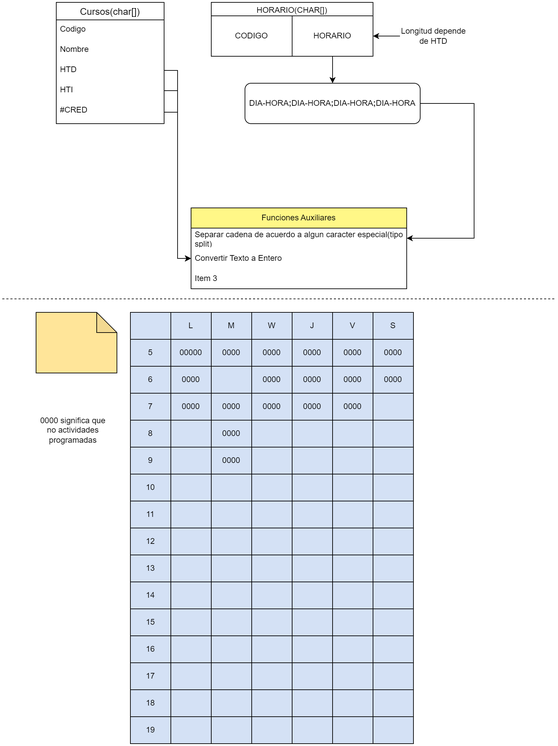
This is Analisis_InfoII-P1.drawio.png from santiagov01/Parcial_1-Informatica_II, a draw.io export, as it was before one commit. Source tidied: cells renumbered, new cells last; positions are measured from the earlier drawing's top-left corner, leaving out a move shared by most shapes.
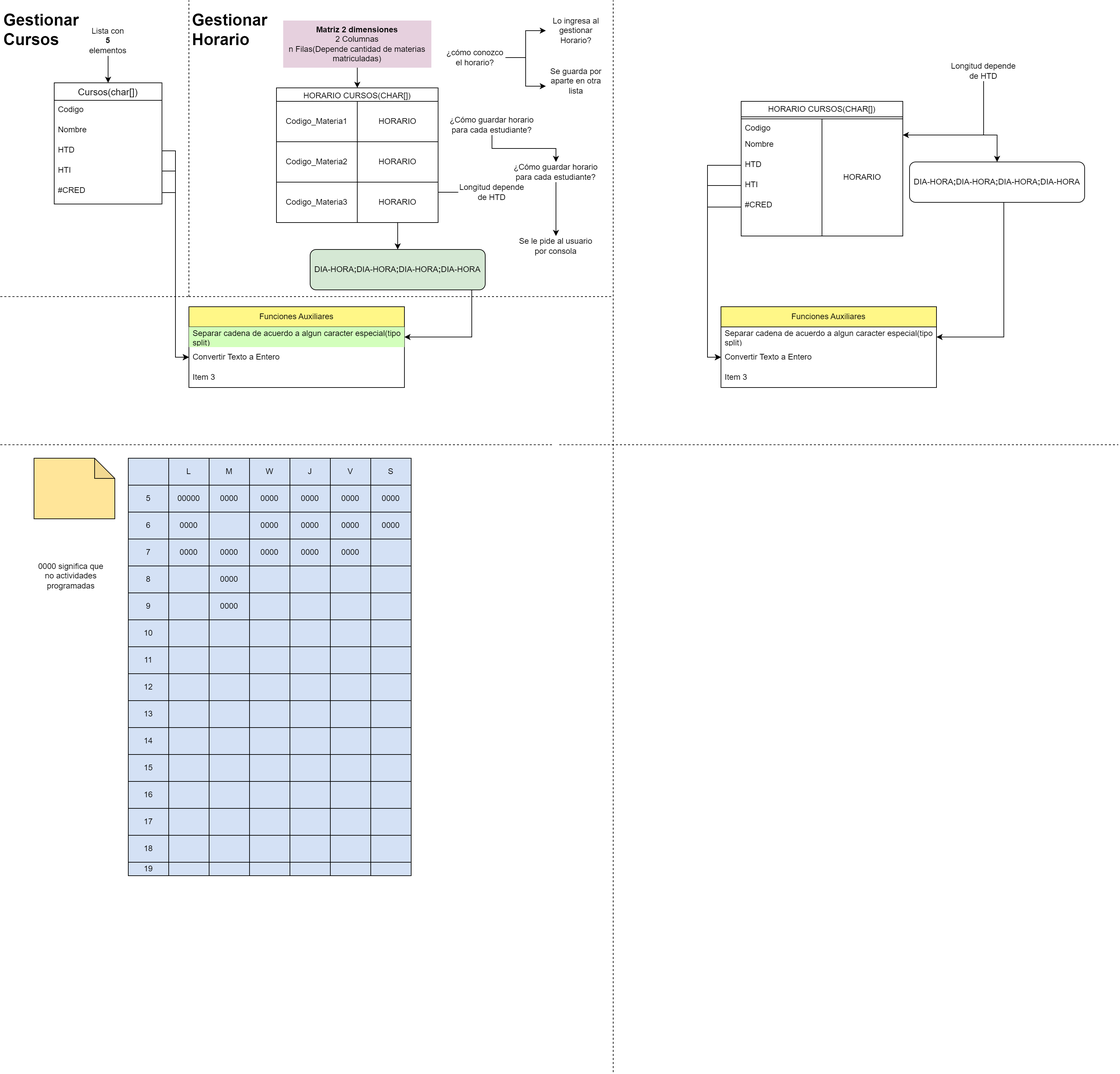
After the change.

Commit message:
Mejora en organización. Adicion de preguntas

What changed in the source:
```diff
@@ -3,7 +3,7 @@
     <mxCell id="0" />
     <mxCell id="1" parent="0" />
     <mxCell id="2" value="Cursos(char[])" style="swimlane;fontStyle=0;horizontal=1;startSize=26;align=center;fontSize=14;" parent="1" vertex="1">
-      <mxGeometry x="80" width="160" height="180" as="geometry" />
+      <mxGeometry x="80" y="-97.5" width="160" height="180" as="geometry" />
     </mxCell>
     <mxCell id="3" value="Codigo" style="text;strokeColor=none;fillColor=none;spacingLeft=4;spacingRight=4;overflow=hidden;fontSize=12;" parent="2" vertex="1">
       <mxGeometry y="26" width="160" height="30" as="geometry" />
@@ -20,30 +20,30 @@
     <mxCell id="7" value="#CRED" style="text;strokeColor=none;fillColor=none;spacingLeft=4;spacingRight=4;overflow=hidden;points=[[0,0.5],[1,0.5]];portConstraint=eastwest;fontSize=12;" parent="2" vertex="1">
       <mxGeometry y="146" width="160" height="34" as="geometry" />
     </mxCell>
-    <mxCell id="8" value="&lt;span style=&quot;font-weight: 400;&quot;&gt;HORARIO(CHAR[])&lt;/span&gt;" style="swimlane;whiteSpace=wrap;html=1;" parent="1" vertex="1">
-      <mxGeometry x="310" width="240" height="80" as="geometry" />
+    <mxCell id="8" value="&lt;span style=&quot;font-weight: 400;&quot;&gt;HORARIO CURSOS(CHAR[])&lt;/span&gt;" style="swimlane;whiteSpace=wrap;html=1;" parent="1" vertex="1">
+      <mxGeometry x="410" y="-90" width="240" height="80" as="geometry" />
     </mxCell>
-    <mxCell id="9" value="CODIGO" style="rounded=0;whiteSpace=wrap;html=1;" parent="8" vertex="1">
+    <mxCell id="9" value="Codigo_Materia1" style="rounded=0;whiteSpace=wrap;html=1;" parent="8" vertex="1">
       <mxGeometry y="20" width="120" height="60" as="geometry" />
     </mxCell>
     <mxCell id="10" value="HORARIO" style="rounded=0;whiteSpace=wrap;html=1;" parent="8" vertex="1">
       <mxGeometry x="120" y="20" width="120" height="60" as="geometry" />
     </mxCell>
-    <mxCell id="11" style="edgeStyle=orthogonalEdgeStyle;rounded=0;jettySize=auto;html=1;entryX=1;entryY=0.5;entryDx=0;entryDy=0;" parent="1" edge="1" source="12" target="14">
+    <mxCell id="11" style="edgeStyle=orthogonalEdgeStyle;rounded=0;jettySize=auto;html=1;entryX=1;entryY=0.5;entryDx=0;entryDy=0;exitX=1;exitY=0.5;exitDx=0;exitDy=0;" parent="1" edge="1" source="12" target="14">
       <mxGeometry relative="1" as="geometry">
         <Array as="points">
-          <mxPoint x="700" y="150" />
-          <mxPoint x="700" y="350" />
+          <mxPoint x="700" y="180" />
+          <mxPoint x="700" y="280" />
         </Array>
       </mxGeometry>
     </mxCell>
-    <mxCell id="12" value="DIA-HORA&lt;b&gt;;&lt;/b&gt;DIA-HORA&lt;b&gt;;&lt;/b&gt;DIA-HORA&lt;b&gt;;&lt;/b&gt;DIA-HORA" style="rounded=1;whiteSpace=wrap;html=1;" parent="1" vertex="1">
-      <mxGeometry x="360" y="120" width="260" height="60" as="geometry" />
+    <mxCell id="12" value="DIA-HORA&lt;b&gt;;&lt;/b&gt;DIA-HORA&lt;b&gt;;&lt;/b&gt;DIA-HORA&lt;b&gt;;&lt;/b&gt;DIA-HORA" style="rounded=1;whiteSpace=wrap;html=1;fillColor=#D5E8D4;" parent="1" vertex="1">
+      <mxGeometry x="460" y="150" width="260" height="60" as="geometry" />
     </mxCell>
     <mxCell id="13" value="Funciones Auxiliares" style="swimlane;fontStyle=0;horizontal=1;startSize=30;whiteSpace=wrap;html=1;fillColor=#FFF787;" parent="1" vertex="1">
-      <mxGeometry x="280" y="305" width="320" height="120" as="geometry" />
+      <mxGeometry x="280" y="235" width="320" height="120" as="geometry" />
     </mxCell>
-    <mxCell id="14" value="Separar cadena de acuerdo a algun caracter especial(tipo split)" style="text;strokeColor=none;fillColor=none;align=left;verticalAlign=middle;spacingLeft=4;spacingRight=4;overflow=hidden;points=[[0,0.5],[1,0.5]];portConstraint=eastwest;whiteSpace=wrap;html=1;" parent="13" vertex="1">
+    <mxCell id="14" value="Separar cadena de acuerdo a algun caracter especial(tipo split)" style="text;strokeColor=none;fillColor=#D3FFBC;align=left;verticalAlign=middle;spacingLeft=4;spacingRight=4;overflow=hidden;points=[[0,0.5],[1,0.5]];portConstraint=eastwest;whiteSpace=wrap;html=1;" parent="13" vertex="1">
       <mxGeometry y="30" width="320" height="30" as="geometry" />
     </mxCell>
     <mxCell id="15" value="Convertir Texto a Entero" style="text;strokeColor=none;fillColor=none;align=left;verticalAlign=middle;spacingLeft=4;spacingRight=4;overflow=hidden;points=[[0,0.5],[1,0.5]];portConstraint=eastwest;whiteSpace=wrap;html=1;" parent="13" vertex="1">
@@ -52,8 +52,10 @@
     <mxCell id="16" value="Item 3" style="text;strokeColor=none;fillColor=none;align=left;verticalAlign=middle;spacingLeft=4;spacingRight=4;overflow=hidden;whiteSpace=wrap;html=1;" parent="13" vertex="1">
       <mxGeometry y="90" width="320" height="30" as="geometry" />
     </mxCell>
-    <mxCell id="17" style="edgeStyle=orthogonalEdgeStyle;rounded=0;jettySize=auto;html=1;entryX=0.5;entryY=0;entryDx=0;entryDy=0;" parent="1" edge="1" source="10" target="12">
-      <mxGeometry relative="1" as="geometry" />
+    <mxCell id="17" style="edgeStyle=orthogonalEdgeStyle;rounded=0;jettySize=auto;html=1;entryX=0.5;entryY=0;entryDx=0;entryDy=0;" parent="1" edge="1" target="12">
+      <mxGeometry relative="1" as="geometry">
+        <mxPoint x="590" y="100" as="sourcePoint" />
+      </mxGeometry>
     </mxCell>
     <mxCell id="18" style="edgeStyle=orthogonalEdgeStyle;rounded=0;jettySize=auto;html=1;entryX=0;entryY=0.5;entryDx=0;entryDy=0;" parent="1" edge="1" source="6" target="15">
       <mxGeometry relative="1" as="geometry" />
@@ -68,10 +70,10 @@
       <mxGeometry relative="1" as="geometry" />
     </mxCell>
     <mxCell id="22" value="Longitud depende de HTD" style="text;html=1;strokeColor=none;fillColor=none;align=center;verticalAlign=middle;whiteSpace=wrap;rounded=0;" parent="1" vertex="1">
-      <mxGeometry x="590" y="35" width="100" height="30" as="geometry" />
+      <mxGeometry x="680" y="50" width="100" height="30" as="geometry" />
     </mxCell>
     <mxCell id="23" style="shape=table;startSize=0;fillColor=#D4E1F5;" parent="1" vertex="1">
-      <mxGeometry x="190" y="460" width="420" height="640" as="geometry" />
+      <mxGeometry x="190" y="460" width="420" height="620" as="geometry" />
     </mxCell>
     <mxCell id="24" style="shape=tableRow;horizontal=0;startSize=0;swimlaneHead=0;swimlaneBody=0;top=0;left=0;bottom=0;right=0;fillColor=none;" parent="23" vertex="1">
       <mxGeometry width="420" height="40" as="geometry" />
@@ -434,28 +436,28 @@
       <mxGeometry x="360" width="60" height="40" as="geometry" />
     </mxCell>
     <mxCell id="144" style="shape=tableRow;horizontal=0;startSize=0;swimlaneHead=0;swimlaneBody=0;top=0;left=0;bottom=0;right=0;fillColor=none;" parent="23" vertex="1">
-      <mxGeometry y="600" width="420" height="40" as="geometry" />
+      <mxGeometry y="600" width="420" height="20" as="geometry" />
     </mxCell>
     <mxCell id="145" value="19" style="shape=partialRectangle;html=1;whiteSpace=wrap;overflow=hidden;fillColor=none;top=0;left=0;bottom=0;right=0;" parent="144" vertex="1">
-      <mxGeometry width="60" height="40" as="geometry" />
+      <mxGeometry width="60" height="20" as="geometry" />
     </mxCell>
     <mxCell id="146" style="shape=partialRectangle;html=1;whiteSpace=wrap;overflow=hidden;fillColor=none;top=0;left=0;bottom=0;right=0;" parent="144" vertex="1">
-      <mxGeometry x="60" width="60" height="40" as="geometry" />
+      <mxGeometry x="60" width="60" height="20" as="geometry" />
     </mxCell>
     <mxCell id="147" style="shape=partialRectangle;html=1;whiteSpace=wrap;overflow=hidden;fillColor=none;top=0;left=0;bottom=0;right=0;" parent="144" vertex="1">
-      <mxGeometry x="120" width="60" height="40" as="geometry" />
+      <mxGeometry x="120" width="60" height="20" as="geometry" />
     </mxCell>
     <mxCell id="148" style="shape=partialRectangle;html=1;whiteSpace=wrap;overflow=hidden;fillColor=none;top=0;left=0;bottom=0;right=0;" parent="144" vertex="1">
-      <mxGeometry x="180" width="60" height="40" as="geometry" />
+      <mxGeometry x="180" width="60" height="20" as="geometry" />
     </mxCell>
     <mxCell id="149" style="shape=partialRectangle;html=1;whiteSpace=wrap;overflow=hidden;fillColor=none;top=0;left=0;bottom=0;right=0;" parent="144" vertex="1">
-      <mxGeometry x="240" width="60" height="40" as="geometry" />
+      <mxGeometry x="240" width="60" height="20" as="geometry" />
     </mxCell>
     <mxCell id="150" style="shape=partialRectangle;html=1;whiteSpace=wrap;overflow=hidden;fillColor=none;top=0;left=0;bottom=0;right=0;" parent="144" vertex="1">
-      <mxGeometry x="300" width="60" height="40" as="geometry" />
+      <mxGeometry x="300" width="60" height="20" as="geometry" />
     </mxCell>
     <mxCell id="151" style="shape=partialRectangle;html=1;whiteSpace=wrap;overflow=hidden;fillColor=none;top=0;left=0;bottom=0;right=0;" parent="144" vertex="1">
-      <mxGeometry x="360" width="60" height="40" as="geometry" />
+      <mxGeometry x="360" width="60" height="20" as="geometry" />
     </mxCell>
     <mxCell id="152" style="shape=note;whiteSpace=wrap;html=1;backgroundOutline=1;darkOpacity=0.05;fillColor=#FFE599;" parent="1" vertex="1">
       <mxGeometry x="50" y="460" width="120" height="90" as="geometry" />
@@ -469,5 +471,182 @@
         <mxPoint x="820" y="440" as="targetPoint" />
       </mxGeometry>
     </mxCell>
+    <mxCell id="155" value="&lt;span style=&quot;font-weight: 400;&quot;&gt;HORARIO CURSOS(CHAR[])&lt;/span&gt;" style="swimlane;whiteSpace=wrap;html=1;" parent="1" vertex="1">
+      <mxGeometry x="1100" y="-70" width="240" height="200" as="geometry" />
+    </mxCell>
+    <mxCell id="156" value="HORARIO" style="rounded=0;whiteSpace=wrap;html=1;" parent="155" vertex="1">
+      <mxGeometry x="120" y="26" width="120" height="174" as="geometry" />
+    </mxCell>
+    <mxCell id="157" style="rounded=0;whiteSpace=wrap;html=1;" parent="155" vertex="1">
+      <mxGeometry y="26" width="120" height="174" as="geometry" />
+    </mxCell>
+    <mxCell id="158" value="Codigo" style="text;strokeColor=none;fillColor=none;spacingLeft=4;spacingRight=4;overflow=hidden;fontSize=12;" parent="155" vertex="1">
+      <mxGeometry y="26" width="160" height="30" as="geometry" />
+    </mxCell>
+    <mxCell id="159" value="Nombre" style="text;strokeColor=none;fillColor=none;spacingLeft=4;spacingRight=4;overflow=hidden;fontSize=12;" parent="155" vertex="1">
+      <mxGeometry y="50" width="160" height="30" as="geometry" />
+    </mxCell>
+    <mxCell id="160" value="HTD&#10;" style="text;strokeColor=none;fillColor=none;spacingLeft=4;spacingRight=4;overflow=hidden;points=[[0,0.5],[1,0.5]];portConstraint=eastwest;fontSize=12;" parent="155" vertex="1">
+      <mxGeometry y="80" width="160" height="30" as="geometry" />
+    </mxCell>
+    <mxCell id="161" value="HTI" style="text;strokeColor=none;fillColor=none;spacingLeft=4;spacingRight=4;overflow=hidden;points=[[0,0.5],[1,0.5]];portConstraint=eastwest;fontSize=12;" parent="155" vertex="1">
+      <mxGeometry y="110" width="160" height="30" as="geometry" />
+    </mxCell>
+    <mxCell id="162" value="#CRED" style="text;strokeColor=none;fillColor=none;spacingLeft=4;spacingRight=4;overflow=hidden;points=[[0,0.5],[1,0.5]];portConstraint=eastwest;fontSize=12;" parent="155" vertex="1">
+      <mxGeometry y="140" width="160" height="34" as="geometry" />
+    </mxCell>
+    <mxCell id="163" style="edgeStyle=orthogonalEdgeStyle;rounded=0;jettySize=auto;html=1;entryX=1;entryY=0.5;entryDx=0;entryDy=0;" parent="1" edge="1" source="164" target="166">
+      <mxGeometry relative="1" as="geometry">
+        <Array as="points">
+          <mxPoint x="1490" y="80" />
+          <mxPoint x="1490" y="280" />
+        </Array>
+      </mxGeometry>
+    </mxCell>
+    <mxCell id="164" value="DIA-HORA&lt;b&gt;;&lt;/b&gt;DIA-HORA&lt;b&gt;;&lt;/b&gt;DIA-HORA&lt;b&gt;;&lt;/b&gt;DIA-HORA" style="rounded=1;whiteSpace=wrap;html=1;" parent="1" vertex="1">
+      <mxGeometry x="1350" y="20" width="260" height="60" as="geometry" />
+    </mxCell>
+    <mxCell id="165" value="Funciones Auxiliares" style="swimlane;fontStyle=0;horizontal=1;startSize=30;whiteSpace=wrap;html=1;fillColor=#FFF787;" parent="1" vertex="1">
+      <mxGeometry x="1070" y="235" width="320" height="120" as="geometry" />
+    </mxCell>
+    <mxCell id="166" value="Separar cadena de acuerdo a algun caracter especial(tipo split)" style="text;strokeColor=none;fillColor=none;align=left;verticalAlign=middle;spacingLeft=4;spacingRight=4;overflow=hidden;points=[[0,0.5],[1,0.5]];portConstraint=eastwest;whiteSpace=wrap;html=1;" parent="165" vertex="1">
+      <mxGeometry y="30" width="320" height="30" as="geometry" />
+    </mxCell>
+    <mxCell id="167" value="Convertir Texto a Entero" style="text;strokeColor=none;fillColor=none;align=left;verticalAlign=middle;spacingLeft=4;spacingRight=4;overflow=hidden;points=[[0,0.5],[1,0.5]];portConstraint=eastwest;whiteSpace=wrap;html=1;" parent="165" vertex="1">
+      <mxGeometry y="60" width="320" height="30" as="geometry" />
+    </mxCell>
+    <mxCell id="168" value="Item 3" style="text;strokeColor=none;fillColor=none;align=left;verticalAlign=middle;spacingLeft=4;spacingRight=4;overflow=hidden;whiteSpace=wrap;html=1;" parent="165" vertex="1">
+      <mxGeometry y="90" width="320" height="30" as="geometry" />
+    </mxCell>
+    <mxCell id="169" style="edgeStyle=orthogonalEdgeStyle;rounded=0;jettySize=auto;html=1;entryX=0.5;entryY=0;entryDx=0;entryDy=0;" parent="1" edge="1" target="164">
+      <mxGeometry relative="1" as="geometry">
+        <mxPoint x="1340" y="-20" as="sourcePoint" />
+      </mxGeometry>
+    </mxCell>
+    <mxCell id="170" style="edgeStyle=orthogonalEdgeStyle;rounded=0;jettySize=auto;html=1;entryX=0;entryY=0.5;entryDx=0;entryDy=0;" parent="1" edge="1" source="161" target="167">
+      <mxGeometry relative="1" as="geometry">
+        <Array as="points">
+          <mxPoint x="1050" y="55" />
+          <mxPoint x="1050" y="310" />
+        </Array>
+      </mxGeometry>
+    </mxCell>
+    <mxCell id="171" style="edgeStyle=orthogonalEdgeStyle;rounded=0;jettySize=auto;html=1;entryX=0;entryY=0.5;entryDx=0;entryDy=0;" parent="1" edge="1" source="162" target="167">
+      <mxGeometry relative="1" as="geometry">
+        <Array as="points">
+          <mxPoint x="1050" y="87" />
+          <mxPoint x="1050" y="310" />
+        </Array>
+      </mxGeometry>
+    </mxCell>
+    <mxCell id="172" style="edgeStyle=orthogonalEdgeStyle;rounded=0;jettySize=auto;html=1;entryX=0;entryY=0.5;entryDx=0;entryDy=0;" parent="1" edge="1" source="160" target="167">
+      <mxGeometry relative="1" as="geometry">
+        <Array as="points">
+          <mxPoint x="1050" y="25" />
+          <mxPoint x="1050" y="310" />
+        </Array>
+      </mxGeometry>
+    </mxCell>
+    <mxCell id="173" style="edgeStyle=orthogonalEdgeStyle;rounded=0;jettySize=auto;html=1;exitX=0.5;exitY=1;exitDx=0;exitDy=0;" parent="1" edge="1" source="174">
+      <mxGeometry relative="1" as="geometry">
+        <mxPoint x="1340" y="-20" as="targetPoint" />
+        <Array as="points">
+          <mxPoint x="1460" y="-20" />
+        </Array>
+      </mxGeometry>
+    </mxCell>
+    <mxCell id="174" value="Longitud depende de HTD" style="text;html=1;strokeColor=none;fillColor=none;align=center;verticalAlign=middle;whiteSpace=wrap;rounded=0;" parent="1" vertex="1">
+      <mxGeometry x="1410" y="-130" width="100" height="30" as="geometry" />
+    </mxCell>
+    <mxCell id="175" style="endArrow=none;dashed=1;html=1;rounded=0;" parent="1" edge="1">
+      <mxGeometry relative="1" as="geometry">
+        <mxPoint x="830" y="440" as="sourcePoint" />
+        <mxPoint x="1660" y="440" as="targetPoint" />
+      </mxGeometry>
+    </mxCell>
+    <mxCell id="176" style="endArrow=none;dashed=1;html=1;rounded=0;" parent="1" edge="1">
+      <mxGeometry relative="1" as="geometry">
+        <mxPoint x="910" y="1371.7" as="sourcePoint" />
+        <mxPoint x="910" y="-220" as="targetPoint" />
+      </mxGeometry>
+    </mxCell>
+    <mxCell id="177" style="edgeStyle=orthogonalEdgeStyle;rounded=0;jettySize=auto;html=1;" parent="1" edge="1" source="178" target="2">
+      <mxGeometry relative="1" as="geometry" />
+    </mxCell>
+    <mxCell id="178" value="Lista con &lt;b&gt;5&lt;/b&gt; elementos" style="text;html=1;strokeColor=none;fillColor=none;align=center;verticalAlign=middle;whiteSpace=wrap;rounded=0;" parent="1" vertex="1">
+      <mxGeometry x="130" y="-182.5" width="60" height="45" as="geometry" />
+    </mxCell>
+    <mxCell id="179" style="edgeStyle=orthogonalEdgeStyle;rounded=0;jettySize=auto;html=1;entryX=0;entryY=0.5;entryDx=0;entryDy=0;" parent="1" edge="1" source="181" target="182">
+      <mxGeometry relative="1" as="geometry" />
+    </mxCell>
+    <mxCell id="180" style="edgeStyle=orthogonalEdgeStyle;rounded=0;jettySize=auto;html=1;entryX=0;entryY=0.75;entryDx=0;entryDy=0;" parent="1" edge="1" source="181" target="183">
+      <mxGeometry relative="1" as="geometry" />
+    </mxCell>
+    <mxCell id="181" value="¿cómo conozco el horario?" style="text;html=1;strokeColor=none;fillColor=none;align=center;verticalAlign=middle;whiteSpace=wrap;rounded=0;" parent="1" vertex="1">
+      <mxGeometry x="660" y="-150" width="90" height="30" as="geometry" />
+    </mxCell>
+    <mxCell id="182" value="Lo ingresa al gestionar Horario?" style="text;html=1;strokeColor=none;fillColor=none;align=center;verticalAlign=middle;whiteSpace=wrap;rounded=0;" parent="1" vertex="1">
+      <mxGeometry x="810" y="-190" width="90" height="30" as="geometry" />
+    </mxCell>
+    <mxCell id="183" value="Se guarda por aparte en otra lista" style="text;html=1;strokeColor=none;fillColor=none;align=center;verticalAlign=middle;whiteSpace=wrap;rounded=0;" parent="1" vertex="1">
+      <mxGeometry x="810" y="-115" width="90" height="30" as="geometry" />
+    </mxCell>
+    <mxCell id="184" style="edgeStyle=orthogonalEdgeStyle;rounded=0;jettySize=auto;html=1;entryX=0.5;entryY=0;entryDx=0;entryDy=0;" parent="1" edge="1" source="185" target="8">
+      <mxGeometry relative="1" as="geometry" />
+    </mxCell>
+    <mxCell id="185" value="&lt;div style=&quot;&quot;&gt;&lt;span style=&quot;background-color: initial;&quot;&gt;&lt;b&gt;Matriz 2 dimensiones&lt;/b&gt;&lt;/span&gt;&lt;/div&gt;&lt;div style=&quot;&quot;&gt;&lt;span style=&quot;background-color: initial;&quot;&gt;2 Columnas&lt;/span&gt;&lt;/div&gt;&lt;div style=&quot;&quot;&gt;&lt;span style=&quot;background-color: initial;&quot;&gt;n Filas(Depende cantidad de materias matriculadas)&lt;/span&gt;&lt;/div&gt;" style="text;html=1;strokeColor=none;fillColor=#E6D0DE;align=center;verticalAlign=middle;whiteSpace=wrap;rounded=0;" parent="1" vertex="1">
+      <mxGeometry x="420" y="-190" width="220" height="70" as="geometry" />
+    </mxCell>
+    <mxCell id="186" value="Codigo_Materia2" style="rounded=0;whiteSpace=wrap;html=1;" parent="1" vertex="1">
+      <mxGeometry x="410" y="-10" width="120" height="60" as="geometry" />
+    </mxCell>
+    <mxCell id="187" value="HORARIO" style="rounded=0;whiteSpace=wrap;html=1;" parent="1" vertex="1">
+      <mxGeometry x="530" y="-10" width="120" height="60" as="geometry" />
+    </mxCell>
+    <mxCell id="188" value="Codigo_Materia3" style="rounded=0;whiteSpace=wrap;html=1;" parent="1" vertex="1">
+      <mxGeometry x="410" y="50" width="120" height="60" as="geometry" />
+    </mxCell>
+    <mxCell id="189" value="HORARIO" style="rounded=0;whiteSpace=wrap;html=1;" parent="1" vertex="1">
+      <mxGeometry x="530" y="50" width="120" height="60" as="geometry" />
+    </mxCell>
+    <mxCell id="190" style="endArrow=none;dashed=1;html=1;rounded=0;" parent="1" edge="1">
+      <mxGeometry relative="1" as="geometry">
+        <mxPoint x="280" y="220" as="sourcePoint" />
+        <mxPoint x="280" y="-220" as="targetPoint" />
+      </mxGeometry>
+    </mxCell>
+    <mxCell id="191" style="endArrow=none;dashed=1;html=1;rounded=0;" parent="1" edge="1">
+      <mxGeometry relative="1" as="geometry">
+        <mxPoint x="280" y="220" as="sourcePoint" />
+        <mxPoint x="910" y="220" as="targetPoint" />
+      </mxGeometry>
+    </mxCell>
+    <mxCell id="192" style="endArrow=none;dashed=1;html=1;rounded=0;" parent="1" edge="1">
+      <mxGeometry relative="1" as="geometry">
+        <mxPoint y="220" as="sourcePoint" />
+        <mxPoint x="280" y="220" as="targetPoint" />
+      </mxGeometry>
+    </mxCell>
+    <mxCell id="193" value="&lt;h1&gt;Gestionar Cursos&lt;/h1&gt;" style="text;html=1;strokeColor=none;fillColor=none;spacing=5;spacingTop=-20;whiteSpace=wrap;overflow=hidden;rounded=0;" parent="1" vertex="1">
+      <mxGeometry y="-210" width="190" height="90" as="geometry" />
+    </mxCell>
+    <mxCell id="194" value="&lt;h1&gt;Gestionar Horario&lt;/h1&gt;" style="text;html=1;strokeColor=none;fillColor=none;spacing=5;spacingTop=-20;whiteSpace=wrap;overflow=hidden;rounded=0;" parent="1" vertex="1">
+      <mxGeometry x="280" y="-210" width="190" height="90" as="geometry" />
+    </mxCell>
+    <mxCell id="195" style="edgeStyle=orthogonalEdgeStyle;rounded=0;jettySize=auto;html=1;" parent="1" edge="1" source="196" target="198">
+      <mxGeometry relative="1" as="geometry" />
+    </mxCell>
+    <mxCell id="196" value="¿Cómo guardar horario para cada estudiante?" style="text;html=1;strokeColor=none;fillColor=none;align=center;verticalAlign=middle;whiteSpace=wrap;rounded=0;" parent="1" vertex="1">
+      <mxGeometry x="665" y="-50" width="130" height="30" as="geometry" />
+    </mxCell>
+    <mxCell id="197" style="edgeStyle=orthogonalEdgeStyle;rounded=0;jettySize=auto;html=1;" parent="1" edge="1" source="198" target="199">
+      <mxGeometry relative="1" as="geometry" />
+    </mxCell>
+    <mxCell id="198" value="¿Cómo guardar horario para cada estudiante?" style="text;html=1;strokeColor=none;fillColor=none;align=center;verticalAlign=middle;whiteSpace=wrap;rounded=0;" parent="1" vertex="1">
+      <mxGeometry x="760" y="20" width="130" height="30" as="geometry" />
+    </mxCell>
+    <mxCell id="199" value="Se le pide al usuario por consola" style="text;html=1;strokeColor=none;fillColor=none;align=center;verticalAlign=middle;whiteSpace=wrap;rounded=0;" parent="1" vertex="1">
+      <mxGeometry x="760" y="130" width="130" height="30" as="geometry" />
+    </mxCell>
   </root>
 </mxGraphModel>
```
